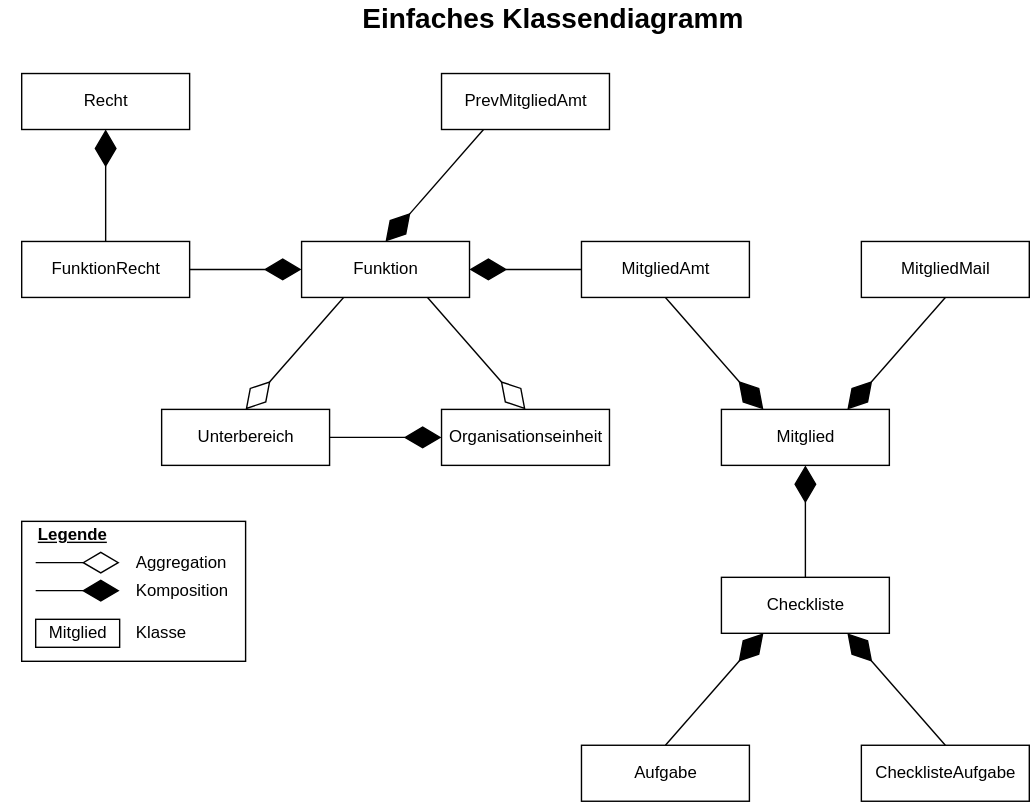
This is docs/anforderung/files/svg/diagramm_class.svg from mribrgr/StuRa-Mitgliederdatenbank, a draw.io export, as it was before one commit. Source tidied: cells renumbered, new cells last; positions are measured from the earlier drawing's top-left corner, leaving out a move shared by most shapes.
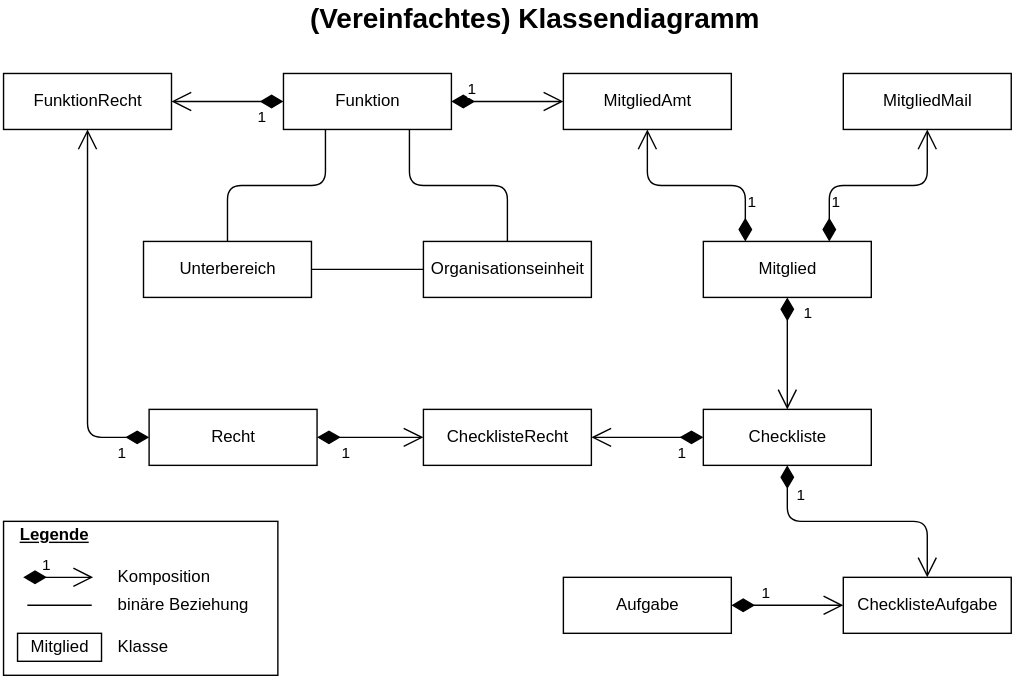
Later version of the same file.

The edit, as a diff of the source:
```diff
@@ -2,17 +2,26 @@
   <root>
     <mxCell id="0" />
     <mxCell id="1" parent="0" />
+    <mxCell id="28" style="edgeStyle=orthogonalEdgeStyle;rounded=1;jettySize=auto;html=1;exitX=0.25;exitY=1;exitDx=0;exitDy=0;entryX=0.5;entryY=0;entryDx=0;entryDy=0;endArrow=none;endFill=0;" parent="1" edge="1" source="2" target="3">
+      <mxGeometry relative="1" as="geometry" />
+    </mxCell>
+    <mxCell id="29" style="edgeStyle=orthogonalEdgeStyle;rounded=1;jettySize=auto;html=1;exitX=0.75;exitY=1;exitDx=0;exitDy=0;entryX=0.5;entryY=0;entryDx=0;entryDy=0;endArrow=none;endFill=0;" parent="1" edge="1" source="2" target="4">
+      <mxGeometry relative="1" as="geometry" />
+    </mxCell>
     <mxCell id="2" value="Funktion" style="html=1;" parent="1" vertex="1">
       <mxGeometry x="200" y="170" width="120" height="40" as="geometry" />
     </mxCell>
     <mxCell id="3" value="Unterbereich" style="html=1;" parent="1" vertex="1">
       <mxGeometry x="100" y="290" width="120" height="40" as="geometry" />
     </mxCell>
+    <mxCell id="35" style="edgeStyle=orthogonalEdgeStyle;rounded=1;jettySize=auto;html=1;exitX=0;exitY=0.5;exitDx=0;exitDy=0;entryX=1;entryY=0.5;entryDx=0;entryDy=0;endArrow=none;endFill=0;" parent="1" edge="1" source="4" target="3">
+      <mxGeometry relative="1" as="geometry" />
+    </mxCell>
     <mxCell id="4" value="Organisationseinheit" style="html=1;" parent="1" vertex="1">
       <mxGeometry x="300" y="290" width="120" height="40" as="geometry" />
     </mxCell>
     <mxCell id="5" value="Recht" style="html=1;" parent="1" vertex="1">
-      <mxGeometry y="50" width="120" height="40" as="geometry" />
+      <mxGeometry x="104" y="410" width="120" height="40" as="geometry" />
     </mxCell>
     <mxCell id="6" value="FunktionRecht" style="html=1;" parent="1" vertex="1">
       <mxGeometry y="170" width="120" height="40" as="geometry" />
@@ -35,79 +44,91 @@
     <mxCell id="12" value="MitgliedMail" style="html=1;" parent="1" vertex="1">
       <mxGeometry x="600" y="170" width="120" height="40" as="geometry" />
     </mxCell>
-    <mxCell id="13" style="endArrow=diamondThin;endFill=1;endSize=24;html=1;entryX=0;entryY=0.5;entryDx=0;entryDy=0;exitX=1;exitY=0.5;exitDx=0;exitDy=0;" parent="1" edge="1" source="3" target="4">
-      <mxGeometry relative="1" as="geometry" />
-    </mxCell>
-    <mxCell id="14" style="endArrow=diamondThin;endFill=1;endSize=24;html=1;entryX=0.5;entryY=1;entryDx=0;entryDy=0;" parent="1" edge="1" target="10">
-      <mxGeometry relative="1" as="geometry">
-        <mxPoint x="560" y="410" as="sourcePoint" />
-      </mxGeometry>
-    </mxCell>
-    <mxCell id="15" style="endArrow=diamondThin;endFill=1;endSize=24;html=1;exitX=1;exitY=0.5;exitDx=0;exitDy=0;entryX=0;entryY=0.5;entryDx=0;entryDy=0;" parent="1" edge="1" source="6" target="2">
-      <mxGeometry relative="1" as="geometry" />
-    </mxCell>
-    <mxCell id="16" style="endArrow=diamondThin;endFill=1;endSize=24;html=1;exitX=0.5;exitY=0;exitDx=0;exitDy=0;entryX=0.5;entryY=1;entryDx=0;entryDy=0;" parent="1" edge="1" source="6" target="5">
-      <mxGeometry relative="1" as="geometry" />
-    </mxCell>
-    <mxCell id="17" style="endArrow=diamondThin;endFill=1;endSize=24;html=1;entryX=0.25;entryY=0;entryDx=0;entryDy=0;exitX=0.5;exitY=1;exitDx=0;exitDy=0;" parent="1" edge="1" source="11" target="10">
-      <mxGeometry relative="1" as="geometry" />
-    </mxCell>
-    <mxCell id="18" style="endArrow=diamondThin;endFill=1;endSize=24;html=1;exitX=0.5;exitY=1;exitDx=0;exitDy=0;entryX=0.75;entryY=0;entryDx=0;entryDy=0;" parent="1" edge="1" source="12" target="10">
-      <mxGeometry relative="1" as="geometry" />
-    </mxCell>
-    <mxCell id="19" style="endArrow=diamondThin;endFill=1;endSize=24;html=1;exitX=0;exitY=0.5;exitDx=0;exitDy=0;entryX=1;entryY=0.5;entryDx=0;entryDy=0;" parent="1" edge="1" source="11" target="2">
-      <mxGeometry relative="1" as="geometry" />
-    </mxCell>
-    <mxCell id="20" value="Einfaches Klassendiagramm" style="text;html=1;strokeColor=none;fillColor=none;align=center;verticalAlign=middle;whiteSpace=wrap;rounded=0;fontStyle=1;fontSize=20;" parent="1" vertex="1">
-      <mxGeometry x="220" width="320" height="20" as="geometry" />
+    <mxCell id="20" value="(Vereinfachtes) Klassendiagramm" style="text;html=1;strokeColor=none;fillColor=none;align=center;verticalAlign=middle;whiteSpace=wrap;rounded=0;fontStyle=1;fontSize=20;" parent="1" vertex="1">
+      <mxGeometry x="180" y="120" width="400" height="20" as="geometry" />
     </mxCell>
-    <mxCell id="21" value="PrevMitgliedAmt" style="html=1;" parent="1" vertex="1">
-      <mxGeometry x="300" y="50" width="120" height="40" as="geometry" />
-    </mxCell>
     <mxCell id="22" style="rounded=0;whiteSpace=wrap;html=1;" parent="1" vertex="1">
-      <mxGeometry y="370" width="160" height="100" as="geometry" />
+      <mxGeometry y="490" width="196" height="110" as="geometry" />
     </mxCell>
     <mxCell id="23" value="Legende" style="text;html=1;strokeColor=none;fillColor=none;align=left;verticalAlign=middle;whiteSpace=wrap;rounded=0;fontStyle=5;" parent="1" vertex="1">
-      <mxGeometry x="10" y="370" width="70" height="20" as="geometry" />
+      <mxGeometry x="10" y="490" width="70" height="20" as="geometry" />
     </mxCell>
-    <mxCell id="24" value="Aggregation" style="text;html=1;strokeColor=none;fillColor=none;align=left;verticalAlign=middle;whiteSpace=wrap;rounded=0;" parent="1" vertex="1">
-      <mxGeometry x="80" y="390" width="70" height="20" as="geometry" />
-    </mxCell>
     <mxCell id="25" value="Komposition" style="text;html=1;strokeColor=none;fillColor=none;align=left;verticalAlign=middle;whiteSpace=wrap;rounded=0;" parent="1" vertex="1">
-      <mxGeometry x="80" y="410" width="70" height="20" as="geometry" />
+      <mxGeometry x="80" y="520" width="70" height="20" as="geometry" />
     </mxCell>
     <mxCell id="26" value="Mitglied" style="html=1;labelBackgroundColor=none;" parent="1" vertex="1">
-      <mxGeometry x="10" y="440" width="60" height="20" as="geometry" />
+      <mxGeometry x="10" y="570" width="60" height="20" as="geometry" />
     </mxCell>
     <mxCell id="27" value="Klasse" style="text;html=1;strokeColor=none;fillColor=none;align=left;verticalAlign=middle;whiteSpace=wrap;rounded=0;" parent="1" vertex="1">
-      <mxGeometry x="80" y="440" width="70" height="20" as="geometry" />
+      <mxGeometry x="80" y="570" width="70" height="20" as="geometry" />
     </mxCell>
-    <mxCell id="28" style="endArrow=diamondThin;endFill=0;endSize=24;html=1;strokeColor=#000000;exitX=0.25;exitY=1;exitDx=0;exitDy=0;entryX=0.5;entryY=0;entryDx=0;entryDy=0;" parent="1" edge="1" source="2" target="3">
-      <mxGeometry relative="1" as="geometry" />
-    </mxCell>
-    <mxCell id="29" style="endArrow=diamondThin;endFill=0;endSize=24;html=1;strokeColor=#000000;exitX=0.75;exitY=1;exitDx=0;exitDy=0;entryX=0.5;entryY=0;entryDx=0;entryDy=0;" parent="1" edge="1" source="2" target="4">
-      <mxGeometry relative="1" as="geometry" />
-    </mxCell>
-    <mxCell id="30" style="endArrow=diamondThin;endFill=0;endSize=24;html=1;strokeColor=#000000;" parent="1" edge="1">
-      <mxGeometry relative="1" as="geometry">
-        <mxPoint x="10" y="399.5" as="sourcePoint" />
-        <mxPoint x="70" y="399.5" as="targetPoint" />
-      </mxGeometry>
-    </mxCell>
-    <mxCell id="31" style="endArrow=diamondThin;endFill=1;endSize=24;html=1;strokeColor=#000000;" parent="1" edge="1">
-      <mxGeometry relative="1" as="geometry">
-        <mxPoint x="10" y="419.5" as="sourcePoint" />
-        <mxPoint x="70" y="419.5" as="targetPoint" />
-      </mxGeometry>
-    </mxCell>
-    <mxCell id="32" style="endArrow=diamondThin;endFill=1;endSize=24;html=1;exitX=0.5;exitY=0;exitDx=0;exitDy=0;entryX=0.25;entryY=1;entryDx=0;entryDy=0;" parent="1" edge="1" source="8" target="9">
-      <mxGeometry relative="1" as="geometry" />
-    </mxCell>
-    <mxCell id="33" style="endArrow=diamondThin;endFill=1;endSize=24;html=1;exitX=0.5;exitY=0;exitDx=0;exitDy=0;entryX=0.75;entryY=1;entryDx=0;entryDy=0;" parent="1" edge="1" source="7" target="9">
-      <mxGeometry relative="1" as="geometry" />
-    </mxCell>
-    <mxCell id="34" style="endArrow=diamondThin;endFill=1;endSize=24;html=1;exitX=0.25;exitY=1;exitDx=0;exitDy=0;entryX=0.5;entryY=0;entryDx=0;entryDy=0;" parent="1" edge="1" source="21" target="2">
-      <mxGeometry relative="1" as="geometry" />
-    </mxCell>
+    <mxCell id="36" value="1" style="endArrow=open;html=1;endSize=12;startArrow=diamondThin;startSize=14;startFill=1;edgeStyle=orthogonalEdgeStyle;align=left;verticalAlign=bottom;exitX=0;exitY=0.5;exitDx=0;exitDy=0;entryX=0.5;entryY=1;entryDx=0;entryDy=0;" parent="1" edge="1" source="5" target="6">
+      <mxGeometry x="-0.82" y="20" relative="1" as="geometry">
+        <Array as="points">
+          <mxPoint x="60" y="430" />
+        </Array>
+      </mxGeometry>
+    </mxCell>
+    <mxCell id="37" value="1" style="endArrow=open;html=1;endSize=12;startArrow=diamondThin;startSize=14;startFill=1;edgeStyle=orthogonalEdgeStyle;align=left;verticalAlign=bottom;exitX=0;exitY=0.5;exitDx=0;exitDy=0;entryX=1;entryY=0.5;entryDx=0;entryDy=0;" parent="1" edge="1" source="2" target="6">
+      <mxGeometry x="-0.5" y="20" relative="1" as="geometry" />
+    </mxCell>
+    <mxCell id="38" value="1" style="endArrow=open;html=1;endSize=12;startArrow=diamondThin;startSize=14;startFill=1;edgeStyle=orthogonalEdgeStyle;align=left;verticalAlign=bottom;exitX=1;exitY=0.5;exitDx=0;exitDy=0;entryX=0;entryY=0.5;entryDx=0;entryDy=0;" parent="1" edge="1" source="2" target="11">
+      <mxGeometry x="-0.75" relative="1" as="geometry" />
+    </mxCell>
+    <mxCell id="39" value="1" style="endArrow=open;html=1;endSize=12;startArrow=diamondThin;startSize=14;startFill=1;edgeStyle=orthogonalEdgeStyle;align=left;verticalAlign=bottom;exitX=0.25;exitY=0;exitDx=0;exitDy=0;entryX=0.5;entryY=1;entryDx=0;entryDy=0;" parent="1" edge="1" source="10" target="11">
+      <mxGeometry x="-0.75" relative="1" as="geometry" />
+    </mxCell>
+    <mxCell id="40" value="1" style="endArrow=open;html=1;endSize=12;startArrow=diamondThin;startSize=14;startFill=1;edgeStyle=orthogonalEdgeStyle;align=left;verticalAlign=bottom;exitX=0.75;exitY=0;exitDx=0;exitDy=0;entryX=0.5;entryY=1;entryDx=0;entryDy=0;" parent="1" edge="1" source="10" target="12">
+      <mxGeometry x="-0.75" relative="1" as="geometry" />
+    </mxCell>
+    <mxCell id="41" value="1" style="endArrow=open;html=1;endSize=12;startArrow=diamondThin;startSize=14;startFill=1;edgeStyle=orthogonalEdgeStyle;align=left;verticalAlign=bottom;exitX=0.5;exitY=1;exitDx=0;exitDy=0;entryX=0.5;entryY=0;entryDx=0;entryDy=0;" parent="1" edge="1" source="10" target="9">
+      <mxGeometry x="-0.5" y="10" relative="1" as="geometry" />
+    </mxCell>
+    <mxCell id="42" value="1" style="endArrow=open;html=1;endSize=12;startArrow=diamondThin;startSize=14;startFill=1;edgeStyle=orthogonalEdgeStyle;align=left;verticalAlign=bottom;exitX=0.5;exitY=1;exitDx=0;exitDy=0;entryX=0.5;entryY=0;entryDx=0;entryDy=0;" parent="1" edge="1" source="9" target="7">
+      <mxGeometry x="-0.5" y="10" relative="1" as="geometry" />
+    </mxCell>
+    <mxCell id="43" value="1" style="endArrow=open;html=1;endSize=12;startArrow=diamondThin;startSize=14;startFill=1;edgeStyle=orthogonalEdgeStyle;align=left;verticalAlign=bottom;exitX=1;exitY=0.5;exitDx=0;exitDy=0;entryX=0;entryY=0.5;entryDx=0;entryDy=0;" parent="1" edge="1" source="8" target="7">
+      <mxGeometry x="-0.5" relative="1" as="geometry" />
+    </mxCell>
+    <mxCell id="44" value="ChecklisteRecht" style="html=1;" parent="1" vertex="1">
+      <mxGeometry x="300" y="410" width="120" height="40" as="geometry" />
+    </mxCell>
+    <mxCell id="45" value="1" style="endArrow=open;html=1;endSize=12;startArrow=diamondThin;startSize=14;startFill=1;edgeStyle=orthogonalEdgeStyle;align=left;verticalAlign=bottom;exitX=0;exitY=0.5;exitDx=0;exitDy=0;entryX=1;entryY=0.5;entryDx=0;entryDy=0;" parent="1" edge="1" source="9" target="44">
+      <mxGeometry x="-0.5" y="20" relative="1" as="geometry">
+        <Array as="points">
+          <mxPoint x="480" y="430" />
+          <mxPoint x="480" y="430" />
+        </Array>
+      </mxGeometry>
+    </mxCell>
+    <mxCell id="46" value="1" style="endArrow=open;html=1;endSize=12;startArrow=diamondThin;startSize=14;startFill=1;edgeStyle=orthogonalEdgeStyle;align=left;verticalAlign=bottom;exitX=1;exitY=0.5;exitDx=0;exitDy=0;entryX=0;entryY=0.5;entryDx=0;entryDy=0;" parent="1" edge="1" source="5" target="44">
+      <mxGeometry x="-0.32" y="-22" relative="1" as="geometry">
+        <Array as="points">
+          <mxPoint x="250" y="430" />
+          <mxPoint x="250" y="430" />
+        </Array>
+        <mxPoint x="-10" y="-2" as="offset" />
+      </mxGeometry>
+    </mxCell>
+    <mxCell id="47" value="1" style="endArrow=open;html=1;endSize=12;startArrow=diamondThin;startSize=14;startFill=1;edgeStyle=orthogonalEdgeStyle;align=left;verticalAlign=bottom;" parent="1" edge="1">
+      <mxGeometry x="-0.2" y="-8" relative="1" as="geometry">
+        <mxPoint x="14" y="530" as="sourcePoint" />
+        <mxPoint x="64" y="530" as="targetPoint" />
+        <Array as="points">
+          <mxPoint x="34" y="530" />
+          <mxPoint x="34" y="530" />
+        </Array>
+        <mxPoint x="-8" y="-8" as="offset" />
+      </mxGeometry>
+    </mxCell>
+    <mxCell id="48" style="endArrow=none;html=1;" parent="1" edge="1">
+      <mxGeometry relative="1" as="geometry">
+        <mxPoint x="17" y="550" as="sourcePoint" />
+        <mxPoint x="63" y="550" as="targetPoint" />
+      </mxGeometry>
+    </mxCell>
+    <mxCell id="49" value="binäre Beziehung" style="text;html=1;strokeColor=none;fillColor=none;align=left;verticalAlign=middle;whiteSpace=wrap;rounded=0;" parent="1" vertex="1">
+      <mxGeometry x="80" y="540" width="96" height="20" as="geometry" />
+    </mxCell>
   </root>
 </mxGraphModel>
```
